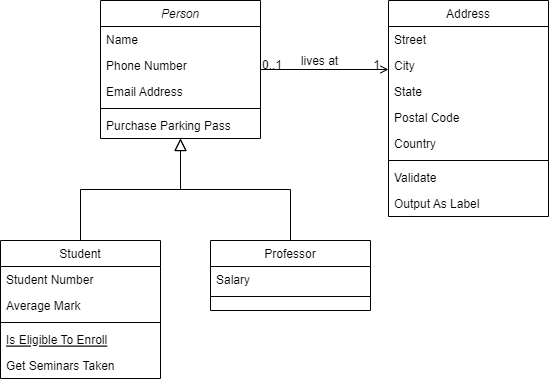
Earlier version of the draw.io export Diagrama de Classes - Herança.drawio.png (FelipeOropeza/ExercicioVeiculo). Source tidied: cells renumbered, new cells last; positions are measured from the earlier drawing's top-left corner, leaving out a move shared by most shapes.
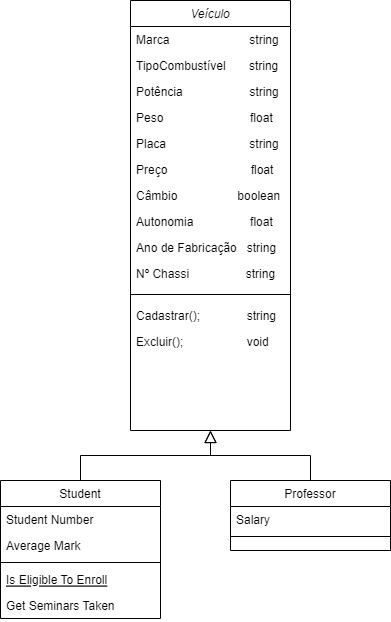
The same file after the commit.

Change to the diagram source:
```diff
@@ -2,26 +2,50 @@
   <root>
     <mxCell id="0" />
     <mxCell id="1" parent="0" />
-    <mxCell id="2" value="Person" style="swimlane;fontStyle=2;align=center;verticalAlign=top;horizontal=1;startSize=26;rounded=0;shadow=0;strokeWidth=1;" parent="1" vertex="1">
-      <mxGeometry x="100" width="160" height="138" as="geometry" />
+    <mxCell id="2" value="Veículo" style="swimlane;fontStyle=2;align=center;verticalAlign=top;horizontal=1;startSize=26;rounded=0;shadow=0;strokeWidth=1;" parent="1" vertex="1">
+      <mxGeometry x="100" width="160" height="430" as="geometry" />
     </mxCell>
-    <mxCell id="3" value="Name" style="text;align=left;verticalAlign=top;spacingLeft=4;spacingRight=4;overflow=hidden;" parent="2" vertex="1">
+    <mxCell id="3" value="Marca                        string" style="text;align=left;verticalAlign=top;spacingLeft=4;spacingRight=4;overflow=hidden;" parent="2" vertex="1">
       <mxGeometry y="26" width="160" height="26" as="geometry" />
     </mxCell>
-    <mxCell id="4" value="Phone Number" style="text;align=left;verticalAlign=top;spacingLeft=4;spacingRight=4;overflow=hidden;rounded=0;shadow=0;html=0;" parent="2" vertex="1">
+    <mxCell id="4" value="TipoCombustível       string" style="text;align=left;verticalAlign=top;spacingLeft=4;spacingRight=4;overflow=hidden;rounded=0;shadow=0;html=0;" parent="2" vertex="1">
       <mxGeometry y="52" width="160" height="26" as="geometry" />
     </mxCell>
-    <mxCell id="5" value="Email Address" style="text;align=left;verticalAlign=top;spacingLeft=4;spacingRight=4;overflow=hidden;rounded=0;shadow=0;html=0;" parent="2" vertex="1">
+    <mxCell id="5" value="Potência                    string&#10;&#10;" style="text;align=left;verticalAlign=top;spacingLeft=4;spacingRight=4;overflow=hidden;rounded=0;shadow=0;html=0;" parent="2" vertex="1">
       <mxGeometry y="78" width="160" height="26" as="geometry" />
     </mxCell>
+    <mxCell id="32" value="Peso                          float" style="text;align=left;verticalAlign=top;spacingLeft=4;spacingRight=4;overflow=hidden;rounded=0;shadow=0;html=0;" parent="2" vertex="1">
+      <mxGeometry y="104" width="160" height="26" as="geometry" />
+    </mxCell>
+    <mxCell id="33" value="Placa                         string" style="text;align=left;verticalAlign=top;spacingLeft=4;spacingRight=4;overflow=hidden;rounded=0;shadow=0;html=0;" parent="2" vertex="1">
+      <mxGeometry y="130" width="160" height="26" as="geometry" />
+    </mxCell>
+    <mxCell id="34" value="Preço                         float" style="text;align=left;verticalAlign=top;spacingLeft=4;spacingRight=4;overflow=hidden;rounded=0;shadow=0;html=0;" parent="2" vertex="1">
+      <mxGeometry y="156" width="160" height="26" as="geometry" />
+    </mxCell>
+    <mxCell id="35" value="Câmbio                  boolean" style="text;align=left;verticalAlign=top;spacingLeft=4;spacingRight=4;overflow=hidden;rounded=0;shadow=0;html=0;" parent="2" vertex="1">
+      <mxGeometry y="182" width="160" height="26" as="geometry" />
+    </mxCell>
+    <mxCell id="36" value="Autonomia                 float" style="text;align=left;verticalAlign=top;spacingLeft=4;spacingRight=4;overflow=hidden;rounded=0;shadow=0;html=0;" parent="2" vertex="1">
+      <mxGeometry y="208" width="160" height="26" as="geometry" />
+    </mxCell>
+    <mxCell id="37" value="Ano de Fabricação   string" style="text;align=left;verticalAlign=top;spacingLeft=4;spacingRight=4;overflow=hidden;rounded=0;shadow=0;html=0;" parent="2" vertex="1">
+      <mxGeometry y="234" width="160" height="26" as="geometry" />
+    </mxCell>
+    <mxCell id="38" value="Nº Chassi                 string&#10;" style="text;align=left;verticalAlign=top;spacingLeft=4;spacingRight=4;overflow=hidden;rounded=0;shadow=0;html=0;" parent="2" vertex="1">
+      <mxGeometry y="260" width="160" height="26" as="geometry" />
+    </mxCell>
     <mxCell id="6" style="line;html=1;strokeWidth=1;align=left;verticalAlign=middle;spacingTop=-1;spacingLeft=3;spacingRight=3;labelPosition=right;" parent="2" vertex="1">
-      <mxGeometry y="104" width="160" height="8" as="geometry" />
+      <mxGeometry y="286" width="160" height="16" as="geometry" />
     </mxCell>
-    <mxCell id="7" value="Purchase Parking Pass" style="text;align=left;verticalAlign=top;spacingLeft=4;spacingRight=4;overflow=hidden;" parent="2" vertex="1">
-      <mxGeometry y="112" width="160" height="26" as="geometry" />
-    </mxCell>
+    <mxCell id="39" value="Cadastrar();              string" style="text;align=left;verticalAlign=top;spacingLeft=4;spacingRight=4;overflow=hidden;rounded=0;shadow=0;html=0;" parent="2" vertex="1">
+      <mxGeometry y="302" width="160" height="26" as="geometry" />
+    </mxCell>
+    <mxCell id="40" value="Excluir();                   void" style="text;align=left;verticalAlign=top;spacingLeft=4;spacingRight=4;overflow=hidden;rounded=0;shadow=0;html=0;" parent="2" vertex="1">
+      <mxGeometry y="328" width="160" height="26" as="geometry" />
+    </mxCell>
     <mxCell id="8" value="Student" style="swimlane;fontStyle=0;align=center;verticalAlign=top;horizontal=1;startSize=26;rounded=0;shadow=0;strokeWidth=1;" parent="1" vertex="1">
-      <mxGeometry y="240" width="160" height="138" as="geometry" />
+      <mxGeometry x="-30" y="480" width="160" height="138" as="geometry" />
     </mxCell>
     <mxCell id="9" value="Student Number" style="text;align=left;verticalAlign=top;spacingLeft=4;spacingRight=4;overflow=hidden;" parent="8" vertex="1">
       <mxGeometry y="26" width="160" height="26" as="geometry" />
@@ -42,7 +66,7 @@
       <mxGeometry relative="1" as="geometry" />
     </mxCell>
     <mxCell id="15" value="Professor" style="swimlane;fontStyle=0;align=center;verticalAlign=top;horizontal=1;startSize=26;rounded=0;shadow=0;strokeWidth=1;" parent="1" vertex="1">
-      <mxGeometry x="210" y="240" width="160" height="70" as="geometry" />
+      <mxGeometry x="200" y="480" width="160" height="70" as="geometry" />
     </mxCell>
     <mxCell id="16" value="Salary" style="text;align=left;verticalAlign=top;spacingLeft=4;spacingRight=4;overflow=hidden;" parent="15" vertex="1">
       <mxGeometry y="26" width="160" height="26" as="geometry" />
@@ -53,52 +77,5 @@
     <mxCell id="18" style="endArrow=block;endSize=10;endFill=0;shadow=0;strokeWidth=1;rounded=0;edgeStyle=elbowEdgeStyle;elbow=vertical;" parent="1" edge="1" source="15" target="2">
       <mxGeometry relative="1" as="geometry" />
     </mxCell>
-    <mxCell id="19" value="Address" style="swimlane;fontStyle=0;align=center;verticalAlign=top;horizontal=1;startSize=26;rounded=0;shadow=0;strokeWidth=1;" parent="1" vertex="1">
-      <mxGeometry x="388" width="160" height="216" as="geometry" />
-    </mxCell>
-    <mxCell id="20" value="Street" style="text;align=left;verticalAlign=top;spacingLeft=4;spacingRight=4;overflow=hidden;" parent="19" vertex="1">
-      <mxGeometry y="26" width="160" height="26" as="geometry" />
-    </mxCell>
-    <mxCell id="21" value="City" style="text;align=left;verticalAlign=top;spacingLeft=4;spacingRight=4;overflow=hidden;rounded=0;shadow=0;html=0;" parent="19" vertex="1">
-      <mxGeometry y="52" width="160" height="26" as="geometry" />
-    </mxCell>
-    <mxCell id="22" value="State" style="text;align=left;verticalAlign=top;spacingLeft=4;spacingRight=4;overflow=hidden;rounded=0;shadow=0;html=0;" parent="19" vertex="1">
-      <mxGeometry y="78" width="160" height="26" as="geometry" />
-    </mxCell>
-    <mxCell id="23" value="Postal Code" style="text;align=left;verticalAlign=top;spacingLeft=4;spacingRight=4;overflow=hidden;rounded=0;shadow=0;html=0;" parent="19" vertex="1">
-      <mxGeometry y="104" width="160" height="26" as="geometry" />
-    </mxCell>
-    <mxCell id="24" value="Country" style="text;align=left;verticalAlign=top;spacingLeft=4;spacingRight=4;overflow=hidden;rounded=0;shadow=0;html=0;" parent="19" vertex="1">
-      <mxGeometry y="130" width="160" height="26" as="geometry" />
-    </mxCell>
-    <mxCell id="25" style="line;html=1;strokeWidth=1;align=left;verticalAlign=middle;spacingTop=-1;spacingLeft=3;spacingRight=3;labelPosition=right;" parent="19" vertex="1">
-      <mxGeometry y="156" width="160" height="8" as="geometry" />
-    </mxCell>
-    <mxCell id="26" value="Validate" style="text;align=left;verticalAlign=top;spacingLeft=4;spacingRight=4;overflow=hidden;" parent="19" vertex="1">
-      <mxGeometry y="164" width="160" height="26" as="geometry" />
-    </mxCell>
-    <mxCell id="27" value="Output As Label" style="text;align=left;verticalAlign=top;spacingLeft=4;spacingRight=4;overflow=hidden;" parent="19" vertex="1">
-      <mxGeometry y="190" width="160" height="26" as="geometry" />
-    </mxCell>
-    <mxCell id="28" style="endArrow=open;shadow=0;strokeWidth=1;rounded=0;endFill=1;edgeStyle=elbowEdgeStyle;elbow=vertical;" parent="1" edge="1" source="2" target="19">
-      <mxGeometry x="0.5" y="41" relative="1" as="geometry">
-        <mxPoint x="-40" y="32" as="offset" />
-      </mxGeometry>
-    </mxCell>
-    <mxCell id="29" value="0..1" style="align=left;verticalAlign=bottom;labelBackgroundColor=none;fontSize=12;" parent="28" vertex="1">
-      <mxGeometry x="-1" relative="1" as="geometry">
-        <mxPoint y="4" as="offset" />
-      </mxGeometry>
-    </mxCell>
-    <mxCell id="30" value="1" style="align=right;verticalAlign=bottom;labelBackgroundColor=none;fontSize=12;" parent="28" vertex="1">
-      <mxGeometry x="1" relative="1" as="geometry">
-        <mxPoint x="-7" y="4" as="offset" />
-      </mxGeometry>
-    </mxCell>
-    <mxCell id="31" value="lives at" style="text;html=1;align=center;verticalAlign=middle;labelBackgroundColor=none;rounded=0;shadow=0;strokeWidth=1;fontSize=12;" parent="28" vertex="1">
-      <mxGeometry x="0.5" y="49" relative="1" as="geometry">
-        <mxPoint x="-38" y="40" as="offset" />
-      </mxGeometry>
-    </mxCell>
   </root>
 </mxGraphModel>
```
